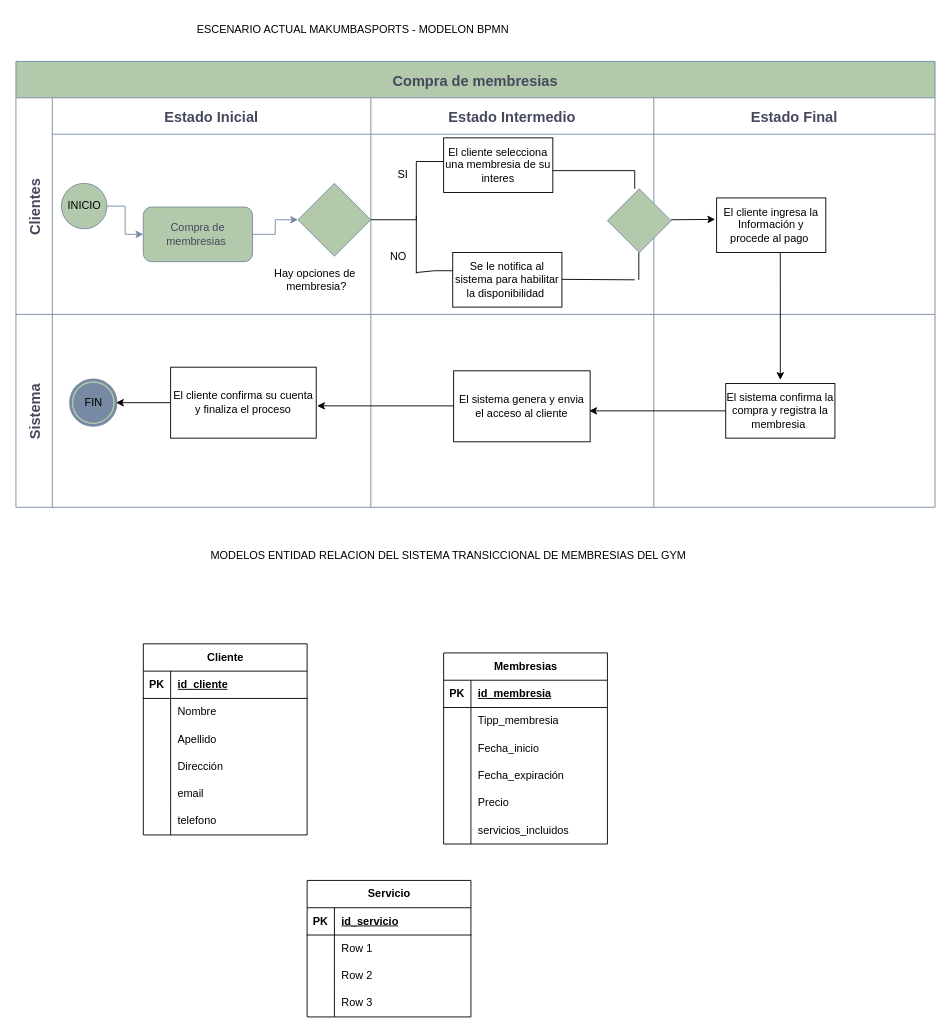
Ale-pool/MAKUMBASPORTS keeps this draw.io diagram as page "MODELO BOMN-ACTUAL" (1 of 6) of 1.Planear/MAKUMBASPORTS.drawio. Above is the earlier version. Source tidied: cells renumbered, new cells numbered last; positions are measured from the earlier drawing's top-left corner, leaving out a move shared by most shapes. Both pictures are drawn from the tidied source at 91%, with x=0, y=0 at pixel (15, 15).
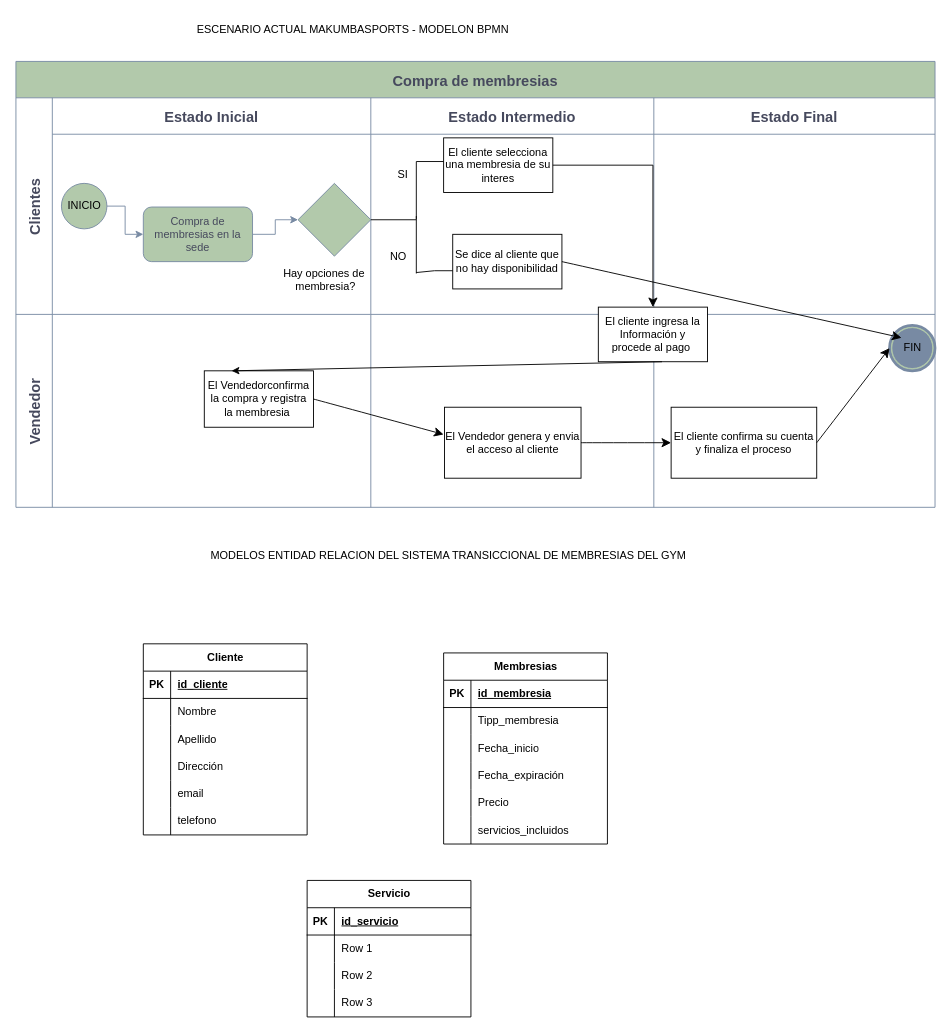
Above is the later version.

The change refers to these unchanged cells:
```xml
<mxCell id="3" value="Compra de membresias" style="shape=table;childLayout=tableLayout;startSize=40;fontSize=16;fontStyle=1;labelBackgroundColor=none;fillColor=#B2C9AB;strokeColor=#788AA3;fontColor=#46495D;" parent="1" vertex="1">
  <mxGeometry y="50" width="1010" height="490" as="geometry" />
</mxCell>
<mxCell id="5" value="Estado Inicial" style="swimlane;swimlaneHead=0;swimlaneBody=0;fontStyle=1;fillColor=none;startSize=40;fontSize=16;labelBackgroundColor=none;strokeColor=#788AA3;fontColor=#46495D;" parent="4" vertex="1">
  <mxGeometry x="40" width="350" height="238" as="geometry" />
</mxCell>
<mxCell id="13" value="Estado Intermedio" style="swimlane;swimlaneHead=0;swimlaneBody=0;fontStyle=1;fillColor=none;startSize=40;fontSize=16;labelBackgroundColor=none;strokeColor=#788AA3;fontColor=#46495D;" parent="4" vertex="1">
  <mxGeometry x="390" width="311" height="238" as="geometry" />
</mxCell>
<mxCell id="19" value="El cliente selecciona una membresia de su interes" style="rounded=0;whiteSpace=wrap;html=1;" parent="13" vertex="1">
  <mxGeometry x="80" y="44" width="120" height="60" as="geometry" />
</mxCell>
<mxCell id="28" value="Estado Final" style="swimlane;swimlaneHead=0;swimlaneBody=0;fontStyle=1;fillColor=none;startSize=40;fontSize=16;labelBackgroundColor=none;strokeColor=#788AA3;fontColor=#46495D;" parent="4" vertex="1">
  <mxGeometry x="701" width="309" height="238" as="geometry" />
</mxCell>
<mxCell id="33" style="swimlane;swimlaneHead=0;swimlaneBody=0;fontStyle=1;fillColor=none;startSize=0;fontSize=16;labelBackgroundColor=none;strokeColor=#788AA3;fontColor=#46495D;" parent="32" vertex="1">
  <mxGeometry x="40" width="350" height="212" as="geometry" />
</mxCell>
```

Change to the diagram source:
```diff
@@
-    <mxCell id="9" value="Compra de membresias&amp;nbsp;" style="rounded=1;whiteSpace=wrap;html=1;strokeColor=#788AA3;fontColor=#46495D;fillColor=#B2C9AB;" parent="5" vertex="1">
+    <mxCell id="9" value="Compra de membresias en la sede" style="rounded=1;whiteSpace=wrap;html=1;strokeColor=#788AA3;fontColor=#46495D;fillColor=#B2C9AB;" parent="5" vertex="1">
       <mxGeometry x="100" y="120" width="120" height="60" as="geometry" />
     </mxCell>
@@
     <mxCell id="12" value="Hay opciones de&amp;nbsp;&lt;div&gt;membresia?&lt;/div&gt;" style="text;html=1;align=center;verticalAlign=middle;strokeColor=none;fillColor=none;" parent="5" vertex="1">
-      <mxGeometry x="230" y="180" width="120" height="40" as="geometry" />
+      <mxGeometry x="240" y="180" width="120" height="40" as="geometry" />
     </mxCell>
@@
-    <mxCell id="20" value="Se le notifica al sistema para habilitar la disponibilidad&amp;nbsp;" style="rounded=0;whiteSpace=wrap;html=1;" parent="13" vertex="1">
-      <mxGeometry x="90" y="170" width="120" height="60" as="geometry" />
+    <mxCell id="20" value="Se dice al cliente que no hay disponibilidad" style="rounded=0;whiteSpace=wrap;html=1;" parent="13" vertex="1">
+      <mxGeometry x="90" y="150" width="120" height="60" as="geometry" />
     </mxCell>
@@
-    <mxCell id="23" style="rhombus;whiteSpace=wrap;html=1;strokeColor=#788AA3;fontColor=#46495D;fillColor=#B2C9AB;" parent="13" vertex="1">
-      <mxGeometry x="260" y="100" width="70" height="70" as="geometry" />
-    </mxCell>
-    <mxCell id="24" style="endArrow=none;html=1;rounded=0;" parent="13" edge="1">
-      <mxGeometry relative="1" as="geometry">
-        <mxPoint x="200" y="80" as="sourcePoint" />
-        <mxPoint x="290" y="80" as="targetPoint" />
-      </mxGeometry>
-    </mxCell>
-    <mxCell id="25" style="endArrow=none;html=1;rounded=0;" parent="13" edge="1">
-      <mxGeometry relative="1" as="geometry">
-        <mxPoint x="210" y="199.5" as="sourcePoint" />
-        <mxPoint x="290" y="200" as="targetPoint" />
-      </mxGeometry>
-    </mxCell>
-    <mxCell id="26" style="endArrow=none;html=1;rounded=0;" parent="13" edge="1">
-      <mxGeometry relative="1" as="geometry">
-        <mxPoint x="290" y="100" as="sourcePoint" />
-        <mxPoint x="290" y="80" as="targetPoint" />
-      </mxGeometry>
-    </mxCell>
-    <mxCell id="27" style="endArrow=none;html=1;rounded=0;" parent="13" edge="1">
-      <mxGeometry relative="1" as="geometry">
-        <mxPoint x="294.5" y="200" as="sourcePoint" />
-        <mxPoint x="294.5" y="170" as="targetPoint" />
-      </mxGeometry>
-    </mxCell>
@@
-    <mxCell id="29" style="endArrow=classic;html=1;rounded=0;entryX=-0.013;entryY=0.393;entryDx=0;entryDy=0;entryPerimeter=0;" parent="28" edge="1" target="30">
-      <mxGeometry relative="1" as="geometry">
-        <mxPoint x="19" y="134" as="sourcePoint" />
-      </mxGeometry>
-    </mxCell>
-    <mxCell id="30" value="El cliente ingresa la Información y procede al pago&amp;nbsp;" style="rounded=0;whiteSpace=wrap;html=1;" parent="28" vertex="1">
-      <mxGeometry x="69" y="110" width="120" height="60" as="geometry" />
-    </mxCell>
-    <mxCell id="31" style="endArrow=classic;html=1;rounded=0;exitX=0.583;exitY=1;exitDx=0;exitDy=0;exitPerimeter=0;" parent="28" edge="1" source="30">
-      <mxGeometry relative="1" as="geometry">
-        <mxPoint x="139" y="310" as="targetPoint" />
-      </mxGeometry>
-    </mxCell>
-    <mxCell id="32" value="Sistema" style="shape=tableRow;horizontal=0;swimlaneHead=0;swimlaneBody=0;top=0;left=0;bottom=0;right=0;fontStyle=1;fillColor=none;startSize=40;fontSize=16;labelBackgroundColor=none;strokeColor=#788AA3;fontColor=#46495D;" parent="3" vertex="1">
+    <mxCell id="32" value="Vendedor" style="shape=tableRow;horizontal=0;swimlaneHead=0;swimlaneBody=0;top=0;left=0;bottom=0;right=0;fontStyle=1;fillColor=none;startSize=40;fontSize=16;labelBackgroundColor=none;strokeColor=#788AA3;fontColor=#46495D;" parent="3" vertex="1">
       <mxGeometry y="278" width="1010" height="212" as="geometry" />
     </mxCell>
@@
+    <mxCell id="43" value="El Vendedorconfirma la compra y registra la membresia&amp;nbsp;" style="rounded=0;whiteSpace=wrap;html=1;" parent="33" vertex="1">
+      <mxGeometry x="167" y="62" width="120" height="62" as="geometry" />
+    </mxCell>
+    <mxCell id="38" style="swimlane;swimlaneHead=0;swimlaneBody=0;fontStyle=1;fillColor=none;startSize=0;fontSize=16;labelBackgroundColor=none;strokeColor=#788AA3;fontColor=#46495D;" parent="32" vertex="1">
+      <mxGeometry x="390" width="311" height="212" as="geometry" />
+    </mxCell>
+    <mxCell id="40" value="El Vendedor genera y envia el acceso al cliente" style="rounded=0;whiteSpace=wrap;html=1;" parent="38" vertex="1">
+      <mxGeometry x="81" y="102" width="150" height="78" as="geometry" />
+    </mxCell>
+    <mxCell id="30" value="El cliente ingresa la Información y procede al pago&amp;nbsp;" style="rounded=0;whiteSpace=wrap;html=1;" parent="38" vertex="1">
+      <mxGeometry x="250" y="-8" width="120" height="60" as="geometry" />
+    </mxCell>
+    <mxCell id="42" style="swimlane;swimlaneHead=0;swimlaneBody=0;fontStyle=1;fillColor=none;startSize=0;fontSize=16;labelBackgroundColor=none;strokeColor=#788AA3;fontColor=#46495D;" parent="32" vertex="1">
+      <mxGeometry x="701" width="309" height="212" as="geometry" />
+    </mxCell>
-    <mxCell id="34" style="points=[[0.145,0.145,0],[0.5,0,0],[0.855,0.145,0],[1,0.5,0],[0.855,0.855,0],[0.5,1,0],[0.145,0.855,0],[0,0.5,0]];shape=mxgraph.bpmn.event;html=1;verticalLabelPosition=bottom;labelBackgroundColor=#ffffff;verticalAlign=top;align=center;perimeter=ellipsePerimeter;outlineConnect=0;outline=end;symbol=terminate;strokeColor=#788AA3;fontColor=#46495D;fillColor=#B2C9AB;" parent="33" vertex="1">
-      <mxGeometry x="20" y="72" width="50" height="50" as="geometry" />
+    <mxCell id="34" style="points=[[0.145,0.145,0],[0.5,0,0],[0.855,0.145,0],[1,0.5,0],[0.855,0.855,0],[0.5,1,0],[0.145,0.855,0],[0,0.5,0]];shape=mxgraph.bpmn.event;html=1;verticalLabelPosition=bottom;labelBackgroundColor=#ffffff;verticalAlign=top;align=center;perimeter=ellipsePerimeter;outlineConnect=0;outline=end;symbol=terminate;strokeColor=#788AA3;fontColor=#46495D;fillColor=#B2C9AB;" parent="42" vertex="1">
+      <mxGeometry x="259" y="12" width="50" height="50" as="geometry" />
     </mxCell>
+    <mxCell id="36" value="FIN" style="text;html=1;align=center;verticalAlign=middle;points=[];strokeColor=none;fillColor=none;" parent="42" vertex="1">
+      <mxGeometry x="264" y="22" width="40" height="30" as="geometry" />
+    </mxCell>
-    <mxCell id="35" value="El cliente confirma su cuenta y finaliza el proceso" style="rounded=0;whiteSpace=wrap;html=1;" parent="33" vertex="1">
-      <mxGeometry x="130" y="58" width="160" height="78" as="geometry" />
+    <mxCell id="35" value="El cliente confirma su cuenta y finaliza el proceso" style="rounded=0;whiteSpace=wrap;html=1;" parent="42" vertex="1">
+      <mxGeometry x="19" y="102" width="160" height="78" as="geometry" />
     </mxCell>
-    <mxCell id="36" value="FIN" style="text;html=1;align=center;verticalAlign=middle;points=[];strokeColor=none;fillColor=none;" parent="33" vertex="1">
-      <mxGeometry x="25" y="82" width="40" height="30" as="geometry" />
-    </mxCell>
-    <mxCell id="37" style="endArrow=classic;html=1;rounded=0;exitX=0;exitY=0.5;exitDx=0;exitDy=0;entryX=1;entryY=0.5;entryDx=0;entryDy=0;entryPerimeter=0;" parent="33" edge="1" source="35" target="34">
+    <mxCell id="37" style="edgeStyle=none;curved=1;rounded=0;jettySize=auto;html=1;exitX=1;exitY=0.5;exitDx=0;exitDy=0;entryX=0;entryY=0.5;entryDx=0;entryDy=0;entryPerimeter=0;fontSize=12;startSize=8;endSize=8;" parent="42" edge="1" source="35" target="34">
       <mxGeometry relative="1" as="geometry" />
     </mxCell>
-    <mxCell id="38" style="swimlane;swimlaneHead=0;swimlaneBody=0;fontStyle=1;fillColor=none;startSize=0;fontSize=16;labelBackgroundColor=none;strokeColor=#788AA3;fontColor=#46495D;" parent="32" vertex="1">
-      <mxGeometry x="390" width="311" height="212" as="geometry" />
-    </mxCell>
-    <mxCell id="39" style="endArrow=classic;html=1;rounded=0;exitX=0;exitY=0.5;exitDx=0;exitDy=0;" parent="38" edge="1" source="43">
-      <mxGeometry relative="1" as="geometry">
-        <mxPoint x="240" y="106" as="targetPoint" />
-      </mxGeometry>
-    </mxCell>
-    <mxCell id="40" value="El sistema genera y envia el acceso al cliente" style="rounded=0;whiteSpace=wrap;html=1;" parent="38" vertex="1">
-      <mxGeometry x="91" y="62" width="150" height="78" as="geometry" />
-    </mxCell>
-    <mxCell id="41" style="endArrow=classic;html=1;rounded=0;exitX=0;exitY=0.5;exitDx=0;exitDy=0;" parent="38" edge="1">
-      <mxGeometry relative="1" as="geometry">
-        <mxPoint x="91" y="100.5" as="sourcePoint" />
-        <mxPoint x="-59" y="100.5" as="targetPoint" />
-      </mxGeometry>
-    </mxCell>
-    <mxCell id="42" style="swimlane;swimlaneHead=0;swimlaneBody=0;fontStyle=1;fillColor=none;startSize=0;fontSize=16;labelBackgroundColor=none;strokeColor=#788AA3;fontColor=#46495D;" parent="32" vertex="1">
-      <mxGeometry x="701" width="309" height="212" as="geometry" />
-    </mxCell>
-    <mxCell id="43" value="El sistema confirma la compra y registra la membresia&amp;nbsp;" style="rounded=0;whiteSpace=wrap;html=1;" parent="42" vertex="1">
-      <mxGeometry x="79" y="76" width="120" height="60" as="geometry" />
-    </mxCell>
+    <mxCell id="96" style="edgeStyle=none;curved=1;rounded=0;jettySize=auto;html=1;exitX=1;exitY=0.5;exitDx=0;exitDy=0;fontSize=12;startSize=8;endSize=8;entryX=-0.007;entryY=0.383;entryDx=0;entryDy=0;entryPerimeter=0;" parent="32" edge="1" source="43" target="40">
+      <mxGeometry relative="1" as="geometry" />
+    </mxCell>
+    <mxCell id="97" style="edgeStyle=none;curved=1;rounded=0;jettySize=auto;html=1;exitX=1;exitY=0.5;exitDx=0;exitDy=0;entryX=0;entryY=0.5;entryDx=0;entryDy=0;fontSize=12;startSize=8;endSize=8;" parent="32" edge="1" source="40" target="35">
+      <mxGeometry relative="1" as="geometry" />
+    </mxCell>
+    <mxCell id="31" style="endArrow=classic;html=1;rounded=0;exitX=0.583;exitY=1;exitDx=0;exitDy=0;exitPerimeter=0;entryX=0.25;entryY=0;entryDx=0;entryDy=0;" parent="32" edge="1" source="30" target="43">
+      <mxGeometry relative="1" as="geometry" />
+    </mxCell>
+    <mxCell id="98" style="edgeStyle=none;curved=1;rounded=0;jettySize=auto;html=1;exitX=1;exitY=0.5;exitDx=0;exitDy=0;fontSize=12;startSize=8;endSize=8;entryX=0.205;entryY=0.122;entryDx=0;entryDy=0;entryPerimeter=0;" parent="3" edge="1" source="20" target="36">
+      <mxGeometry relative="1" as="geometry" />
+    </mxCell>
+    <mxCell id="99" style="edgeStyle=orthogonalEdgeStyle;rounded=0;jettySize=auto;html=1;exitX=1;exitY=0.5;exitDx=0;exitDy=0;fontSize=12;startSize=8;endSize=8;" parent="3" edge="1" source="19" target="30">
+      <mxGeometry relative="1" as="geometry" />
+    </mxCell>
```
